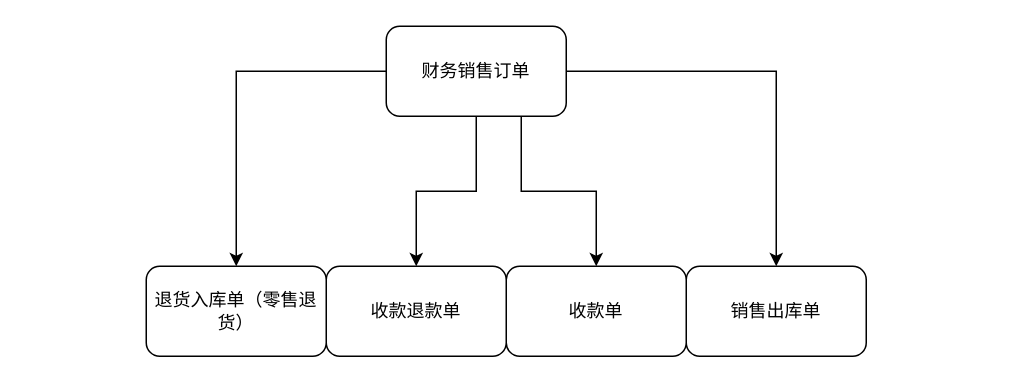
Before: ERP单据下推流程图.drawio in canonnk/draw.io.repository, a draw.io diagram. Source tidied: cells renumbered, new cells numbered last; positions are measured from the earlier drawing's top-left corner, leaving out a move shared by most shapes. Both pictures are drawn from the tidied source at 150%, with x=0, y=0 at pixel (146, 26).
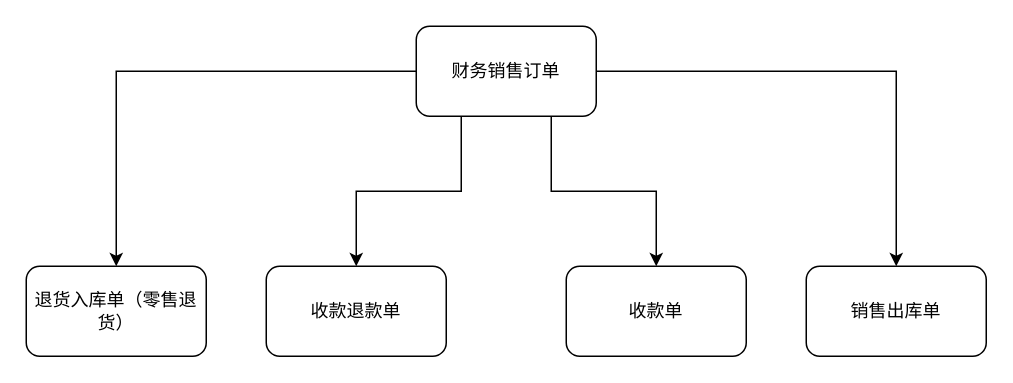
The same diagram, later.

Commit message (it also covers changes not shown here):
更新ERP单据下推流程图.drawio

The edit, as a diff of the source:
```diff
@@
 <mxGraphModel>
   <root>
     <mxCell id="0" />
     <mxCell id="1" parent="0" />
     <mxCell id="2" style="edgeStyle=orthogonalEdgeStyle;rounded=0;jettySize=auto;html=1;" parent="1" edge="1" source="6" target="7">
       <mxGeometry relative="1" as="geometry" />
     </mxCell>
     <mxCell id="3" style="edgeStyle=orthogonalEdgeStyle;rounded=0;jettySize=auto;html=1;exitX=0.75;exitY=1;exitDx=0;exitDy=0;" parent="1" edge="1" source="6" target="8">
       <mxGeometry relative="1" as="geometry" />
     </mxCell>
-    <mxCell id="4" style="edgeStyle=orthogonalEdgeStyle;rounded=0;jettySize=auto;html=1;" parent="1" edge="1" source="6" target="9">
+    <mxCell id="4" style="edgeStyle=orthogonalEdgeStyle;rounded=0;jettySize=auto;html=1;exitX=0.25;exitY=1;exitDx=0;exitDy=0;" parent="1" edge="1" source="6" target="9">
       <mxGeometry relative="1" as="geometry" />
     </mxCell>
     <mxCell id="5" style="edgeStyle=orthogonalEdgeStyle;rounded=0;jettySize=auto;html=1;" parent="1" edge="1" source="6" target="10">
       <mxGeometry relative="1" as="geometry" />
     </mxCell>
     <mxCell id="6" value="财务销售订单" style="rounded=1;whiteSpace=wrap;html=1;" parent="1" vertex="1">
-      <mxGeometry x="160" width="120" height="60" as="geometry" />
+      <mxGeometry x="180" width="120" height="60" as="geometry" />
     </mxCell>
     <mxCell id="7" value="销售出库单" style="rounded=1;whiteSpace=wrap;html=1;" parent="1" vertex="1">
-      <mxGeometry x="360" y="160" width="120" height="60" as="geometry" />
+      <mxGeometry x="440" y="160" width="120" height="60" as="geometry" />
     </mxCell>
     <mxCell id="8" value="收款单" style="whiteSpace=wrap;html=1;rounded=1;" parent="1" vertex="1">
-      <mxGeometry x="240" y="160" width="120" height="60" as="geometry" />
+      <mxGeometry x="280" y="160" width="120" height="60" as="geometry" />
     </mxCell>
     <mxCell id="9" value="收款退款单" style="rounded=1;whiteSpace=wrap;html=1;" parent="1" vertex="1">
-      <mxGeometry x="120" y="160" width="120" height="60" as="geometry" />
+      <mxGeometry x="80" y="160" width="120" height="60" as="geometry" />
     </mxCell>
     <mxCell id="10" value="退货入库单（零售退货）" style="whiteSpace=wrap;html=1;rounded=1;" parent="1" vertex="1">
-      <mxGeometry y="160" width="120" height="60" as="geometry" />
+      <mxGeometry x="-80" y="160" width="120" height="60" as="geometry" />
     </mxCell>
   </root>
 </mxGraphModel>
```
